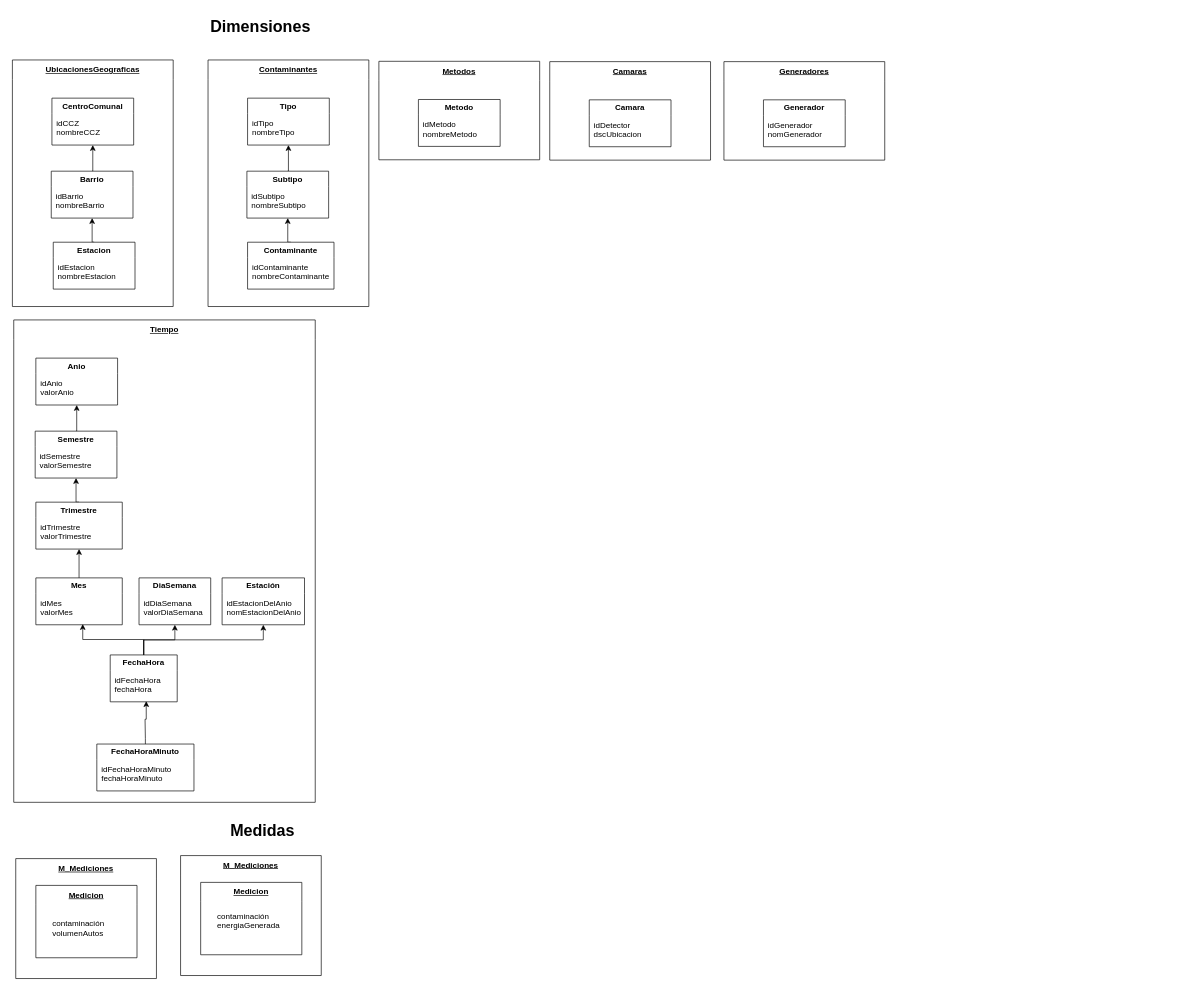
Earlier version of the draw.io diagram 2. Diseño conceptual/Dimensiones y Medidas.drawio (gonzalomelov/dw-calidad-aire-docs). Source tidied: cells renumbered, new cells numbered last; positions are measured from the earlier drawing's top-left corner, leaving out a move shared by most shapes. Both pictures are drawn from the tidied source at 67%, with x=0, y=0 at pixel (12, 11).
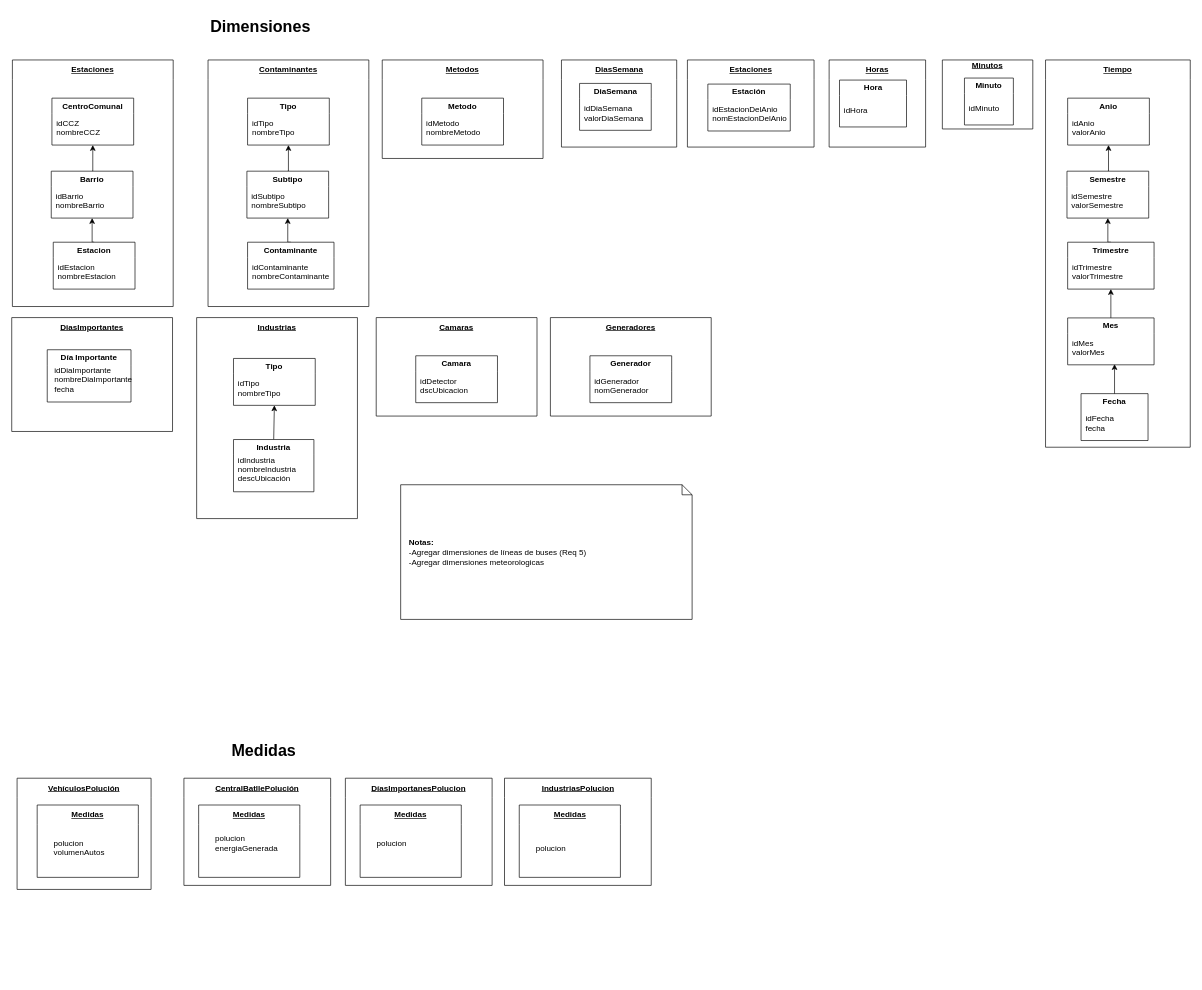
After the change.

Unchanged cells that the change refers to:
```xml
<mxCell id="42" value="idMes&#10;valorMes" style="text;align=left;verticalAlign=middle;" parent="41" vertex="1">
  <mxGeometry x="5" y="19" width="130" height="50" as="geometry" />
</mxCell>
```

The edit, as a diff of the source:
```diff
@@
+    <mxCell id="61" value="Estaciones" style="swimlane;swimlaneLine=0;whiteSpace=wrap;startSize=29;fontStyle=5;align=center;" parent="1" vertex="1">
+      <mxGeometry x="1007.5" y="72" width="189" height="130" as="geometry" />
+    </mxCell>
-    <mxCell id="2" value="UbicacionesGeograficas" style="swimlane;swimlaneLine=0;whiteSpace=wrap;startSize=29;fontStyle=5;align=center;" parent="1" vertex="1">
+    <mxCell id="2" value="Estaciones" style="swimlane;swimlaneLine=0;whiteSpace=wrap;startSize=29;fontStyle=5;align=center;" parent="1" vertex="1">
       <mxGeometry y="72" width="240" height="368" as="geometry" />
     </mxCell>
@@
     <mxCell id="12" value="Medidas" style="text;align=center;verticalAlign=middle;fontFamily=Helvetica;fontSize=24;fontStyle=1;" parent="1" vertex="1">
-      <mxGeometry x="296" y="1200" width="155" height="40" as="geometry" />
+      <mxGeometry x="298" y="1080" width="155" height="40" as="geometry" />
     </mxCell>
-    <mxCell id="13" value="M_Mediciones" style="swimlane;swimlaneLine=0;whiteSpace=wrap;startSize=29;fontStyle=5;" parent="1" vertex="1">
-      <mxGeometry x="5" y="1264" width="210" height="179" as="geometry" />
+    <mxCell id="13" value="VehículosPolución" style="swimlane;swimlaneLine=0;whiteSpace=wrap;startSize=29;fontStyle=5;" parent="1" vertex="1">
+      <mxGeometry x="7" y="1144" width="200" height="166" as="geometry" />
     </mxCell>
-    <mxCell id="14" value="Medicion" style="swimlane;swimlaneLine=0;whiteSpace=wrap;startSize=29;fontStyle=5;" parent="13" vertex="1">
+    <mxCell id="14" value="Medidas" style="swimlane;swimlaneLine=0;whiteSpace=wrap;startSize=29;fontStyle=5;" parent="13" vertex="1">
       <mxGeometry x="30" y="40" width="151" height="108" as="geometry" />
     </mxCell>
-    <mxCell id="15" value="contaminación&#10;volumenAutos" style="text;align=left;verticalAlign=middle;" parent="14" vertex="1">
+    <mxCell id="15" value="polucion&#10;volumenAutos" style="text;align=left;verticalAlign=middle;" parent="14" vertex="1">
       <mxGeometry x="23" y="27.4" width="155" height="72.6" as="geometry" />
     </mxCell>
@@
     <mxCell id="25" value="Camaras" style="swimlane;swimlaneLine=0;whiteSpace=wrap;startSize=29;fontStyle=5;align=center;" parent="1" vertex="1">
-      <mxGeometry x="802" y="74.5" width="240" height="147" as="geometry" />
+      <mxGeometry x="543" y="456.5" width="240" height="147" as="geometry" />
     </mxCell>
@@
-    <mxCell id="28" value="Metodos" style="swimlane;swimlaneLine=0;whiteSpace=wrap;startSize=29;fontStyle=5;align=center;" parent="1" vertex="1">
-      <mxGeometry x="547" y="74" width="240" height="147" as="geometry" />
-    </mxCell>
-    <mxCell id="29" value="Metodo" style="swimlane;swimlaneLine=0;whiteSpace=wrap;" parent="28" vertex="1">
-      <mxGeometry x="59" y="57" width="122" height="70" as="geometry" />
-    </mxCell>
-    <mxCell id="30" value="idMetodo&#10;nombreMetodo" style="text;align=left;verticalAlign=middle;" parent="29" vertex="1">
-      <mxGeometry x="5" y="19" width="130" height="50" as="geometry" />
-    </mxCell>
     <mxCell id="31" value="Tiempo" style="swimlane;swimlaneLine=0;whiteSpace=wrap;startSize=29;fontStyle=5;align=center;" parent="1" vertex="1">
-      <mxGeometry x="2" y="460" width="450" height="720" as="geometry" />
+      <mxGeometry x="1542" y="72" width="216" height="578" as="geometry" />
     </mxCell>
@@
-    <mxCell id="43" value="DiaSemana" style="swimlane;swimlaneLine=0;whiteSpace=wrap;" parent="31" vertex="1">
-      <mxGeometry x="187" y="385" width="107" height="70" as="geometry" />
-    </mxCell>
-    <mxCell id="44" value="idDiaSemana&#10;valorDiaSemana" style="text;align=left;verticalAlign=middle;" parent="43" vertex="1">
-      <mxGeometry x="5" y="19" width="130" height="50" as="geometry" />
-    </mxCell>
-    <mxCell id="45" value="FechaHoraMinuto" style="swimlane;swimlaneLine=0;whiteSpace=wrap;" parent="31" vertex="1">
-      <mxGeometry x="124" y="633" width="145" height="70" as="geometry" />
-    </mxCell>
-    <mxCell id="46" value="idFechaHoraMinuto&#10;fechaHoraMinuto" style="text;align=left;verticalAlign=middle;" parent="45" vertex="1">
-      <mxGeometry x="5" y="19" width="65" height="50" as="geometry" />
-    </mxCell>
-    <mxCell id="47" value="Estación" style="swimlane;swimlaneLine=0;whiteSpace=wrap;" parent="31" vertex="1">
-      <mxGeometry x="311" y="385" width="123" height="70" as="geometry" />
-    </mxCell>
-    <mxCell id="48" value="idEstacionDelAnio&#10;nomEstacionDelAnio" style="text;align=left;verticalAlign=middle;" parent="47" vertex="1">
-      <mxGeometry x="5" y="19" width="130" height="50" as="geometry" />
-    </mxCell>
-    <mxCell id="49" style="edgeStyle=orthogonalEdgeStyle;rounded=0;html=1;exitX=0.5;exitY=0;entryX=0.5;entryY=1;jettySize=auto;" parent="1" edge="1" source="51" target="42">
-      <mxGeometry relative="1" as="geometry" />
-    </mxCell>
-    <mxCell id="50" style="edgeStyle=orthogonalEdgeStyle;rounded=0;html=1;exitX=0.5;exitY=0;entryX=0.5;entryY=1;jettySize=auto;" parent="1" edge="1" source="51" target="43">
-      <mxGeometry relative="1" as="geometry" />
-    </mxCell>
-    <mxCell id="51" value="FechaHora" style="swimlane;swimlaneLine=0;whiteSpace=wrap;" parent="1" vertex="1">
-      <mxGeometry x="146" y="960" width="100" height="70" as="geometry" />
+    <mxCell id="51" value="Fecha" style="swimlane;swimlaneLine=0;whiteSpace=wrap;" parent="31" vertex="1">
+      <mxGeometry x="53" y="498" width="100" height="70" as="geometry" />
     </mxCell>
-    <mxCell id="52" value="idFechaHora&#10;fechaHora" style="text;align=left;verticalAlign=middle;" parent="51" vertex="1">
+    <mxCell id="52" value="idFecha&#10;fecha" style="text;align=left;verticalAlign=middle;" parent="51" vertex="1">
       <mxGeometry x="5" y="19" width="65" height="50" as="geometry" />
     </mxCell>
-    <mxCell id="53" style="edgeStyle=orthogonalEdgeStyle;rounded=0;html=1;exitX=0.5;exitY=0;entryX=0.75;entryY=1;jettySize=auto;" parent="1" edge="1" source="45" target="52">
-      <mxGeometry relative="1" as="geometry">
-        <Array as="points">
-          <mxPoint x="198" y="1085" />
-          <mxPoint x="198" y="1056" />
-          <mxPoint x="199" y="1056" />
-        </Array>
-      </mxGeometry>
-    </mxCell>
+    <mxCell id="49" style="edgeStyle=orthogonalEdgeStyle;rounded=0;html=1;exitX=0.5;exitY=0;entryX=0.5;entryY=1;jettySize=auto;" parent="31" edge="1" source="51" target="42">
+      <mxGeometry relative="1" as="geometry" />
+    </mxCell>
-    <mxCell id="54" value="M_Mediciones" style="swimlane;swimlaneLine=0;whiteSpace=wrap;startSize=29;fontStyle=5;" parent="1" vertex="1">
-      <mxGeometry x="251" y="1259.5" width="210" height="179" as="geometry" />
+    <mxCell id="54" value="CentralBatllePolución" style="swimlane;swimlaneLine=0;whiteSpace=wrap;startSize=29;fontStyle=5;" parent="1" vertex="1">
+      <mxGeometry x="256" y="1144" width="219" height="160" as="geometry" />
     </mxCell>
-    <mxCell id="55" value="Medicion" style="swimlane;swimlaneLine=0;whiteSpace=wrap;startSize=29;fontStyle=5;" parent="54" vertex="1">
-      <mxGeometry x="30" y="40" width="151" height="108" as="geometry" />
+    <mxCell id="55" value="Medidas" style="swimlane;swimlaneLine=0;whiteSpace=wrap;startSize=29;fontStyle=5;" parent="54" vertex="1">
+      <mxGeometry x="22" y="40" width="151" height="108" as="geometry" />
     </mxCell>
-    <mxCell id="56" value="contaminación&#10;energiaGenerada&#10;" style="text;align=left;verticalAlign=middle;" parent="55" vertex="1">
+    <mxCell id="56" value="polucion&#10;energiaGenerada&#10;" style="text;align=left;verticalAlign=middle;" parent="55" vertex="1">
       <mxGeometry x="23" y="27.4" width="155" height="72.6" as="geometry" />
     </mxCell>
     <mxCell id="57" value="Generadores" style="swimlane;swimlaneLine=0;whiteSpace=wrap;startSize=29;fontStyle=5;align=center;" parent="1" vertex="1">
-      <mxGeometry x="1062" y="74.5" width="240" height="147" as="geometry" />
+      <mxGeometry x="803" y="456.5" width="240" height="147" as="geometry" />
     </mxCell>
@@
-    <mxCell id="60" style="edgeStyle=orthogonalEdgeStyle;rounded=0;html=1;exitX=0.5;exitY=0;entryX=0.5;entryY=1;jettySize=auto;" parent="1" edge="1" source="51" target="47">
-      <mxGeometry relative="1" as="geometry" />
-    </mxCell>
+    <mxCell id="28" value="Metodos" style="swimlane;swimlaneLine=0;whiteSpace=wrap;startSize=29;fontStyle=5;align=center;" parent="1" vertex="1">
+      <mxGeometry x="552" y="72" width="240" height="147" as="geometry" />
+    </mxCell>
+    <mxCell id="29" value="Metodo" style="swimlane;swimlaneLine=0;whiteSpace=wrap;" parent="28" vertex="1">
+      <mxGeometry x="59" y="57" width="122" height="70" as="geometry" />
+    </mxCell>
+    <mxCell id="30" value="idMetodo&#10;nombreMetodo" style="text;align=left;verticalAlign=middle;" parent="29" vertex="1">
+      <mxGeometry x="5" y="19" width="130" height="50" as="geometry" />
+    </mxCell>
+    <mxCell id="62" value="DiasImportantes" style="swimlane;swimlaneLine=0;whiteSpace=wrap;startSize=29;fontStyle=5;align=center;" parent="1" vertex="1">
+      <mxGeometry x="-1" y="456.5" width="240" height="170" as="geometry" />
+    </mxCell>
+    <mxCell id="63" value="Día Importante" style="swimlane;swimlaneLine=0;whiteSpace=wrap;startSize=23;" parent="62" vertex="1">
+      <mxGeometry x="53" y="48" width="125" height="78" as="geometry" />
+    </mxCell>
+    <mxCell id="64" value="idDiaImportante&#10;nombreDiaImportante&#10;fecha&#10;&#10;" style="text;align=left;verticalAlign=middle;" parent="63" vertex="1">
+      <mxGeometry x="9" y="33" width="130" height="50" as="geometry" />
+    </mxCell>
+    <mxCell id="65" value="Industrias" style="swimlane;swimlaneLine=0;whiteSpace=wrap;startSize=29;fontStyle=5;align=center;" parent="1" vertex="1">
+      <mxGeometry x="275" y="456.5" width="240" height="300" as="geometry" />
+    </mxCell>
+    <mxCell id="66" value="Tipo" style="swimlane;swimlaneLine=0;whiteSpace=wrap;" parent="65" vertex="1">
+      <mxGeometry x="55" y="61" width="122" height="70" as="geometry" />
+    </mxCell>
+    <mxCell id="67" value="idTipo&#10;nombreTipo" style="text;align=left;verticalAlign=middle;" parent="66" vertex="1">
+      <mxGeometry x="5" y="19" width="130" height="50" as="geometry" />
+    </mxCell>
+    <mxCell id="68" style="endArrow=classic;html=1;exitX=0.5;exitY=0;entryX=0.5;entryY=1;" parent="65" edge="1" source="69" target="66">
+      <mxGeometry relative="1" as="geometry" />
+    </mxCell>
+    <mxCell id="69" value="Industria" style="swimlane;swimlaneLine=0;whiteSpace=wrap;startSize=23;" parent="65" vertex="1">
+      <mxGeometry x="55" y="182" width="120" height="78" as="geometry" />
+    </mxCell>
+    <mxCell id="70" value="idIndustria&#10;nombreIndustria&#10;descUbicación&#10;&#10;" style="text;align=left;verticalAlign=middle;" parent="69" vertex="1">
+      <mxGeometry x="5" y="33" width="130" height="50" as="geometry" />
+    </mxCell>
+    <mxCell id="71" value="&lt;div&gt;&lt;b&gt;Notas:&amp;nbsp;&lt;/b&gt;&lt;/div&gt;-Agregar dimensiones de líneas de buses (Req 5)&lt;br&gt;-Agregar dimensiones meteorologicas&lt;br&gt;" style="shape=note;size=15;align=left;spacingLeft=10;html=1;whiteSpace=wrap;" parent="1" vertex="1">
+      <mxGeometry x="579.5" y="706" width="435" height="201" as="geometry" />
+    </mxCell>
+    <mxCell id="72" value="DíasImportanesPolucion" style="swimlane;swimlaneLine=0;whiteSpace=wrap;startSize=29;fontStyle=5;" parent="1" vertex="1">
+      <mxGeometry x="497" y="1144" width="219" height="160" as="geometry" />
+    </mxCell>
+    <mxCell id="73" value="Medidas" style="swimlane;swimlaneLine=0;whiteSpace=wrap;startSize=29;fontStyle=5;" parent="72" vertex="1">
+      <mxGeometry x="22" y="40" width="151" height="108" as="geometry" />
+    </mxCell>
+    <mxCell id="74" value="polucion&#10;" style="text;align=left;verticalAlign=middle;" parent="73" vertex="1">
+      <mxGeometry x="23" y="27.4" width="155" height="72.6" as="geometry" />
+    </mxCell>
+    <mxCell id="75" value="IndustriasPolucion" style="swimlane;swimlaneLine=0;whiteSpace=wrap;startSize=29;fontStyle=5;" parent="1" vertex="1">
+      <mxGeometry x="734.5" y="1144" width="219" height="160" as="geometry" />
+    </mxCell>
+    <mxCell id="76" value="Medidas" style="swimlane;swimlaneLine=0;whiteSpace=wrap;startSize=29;fontStyle=5;" parent="75" vertex="1">
+      <mxGeometry x="22" y="40" width="151" height="108" as="geometry" />
+    </mxCell>
+    <mxCell id="77" value="polucion" style="text;align=left;verticalAlign=middle;" parent="76" vertex="1">
+      <mxGeometry x="23" y="27.4" width="155" height="72.6" as="geometry" />
+    </mxCell>
+    <mxCell id="47" value="Estación" style="swimlane;swimlaneLine=0;whiteSpace=wrap;" parent="1" vertex="1">
+      <mxGeometry x="1038" y="108" width="123" height="70" as="geometry" />
+    </mxCell>
+    <mxCell id="48" value="idEstacionDelAnio&#10;nomEstacionDelAnio" style="text;align=left;verticalAlign=middle;" parent="47" vertex="1">
+      <mxGeometry x="5" y="19" width="130" height="50" as="geometry" />
+    </mxCell>
+    <mxCell id="78" value="DiasSemana" style="swimlane;swimlaneLine=0;whiteSpace=wrap;startSize=29;fontStyle=5;align=center;" parent="1" vertex="1">
+      <mxGeometry x="819.5" y="72" width="172" height="130" as="geometry" />
+    </mxCell>
+    <mxCell id="43" value="DiaSemana" style="swimlane;swimlaneLine=0;whiteSpace=wrap;" parent="78" vertex="1">
+      <mxGeometry x="27" y="35" width="107" height="70" as="geometry" />
+    </mxCell>
+    <mxCell id="44" value="idDiaSemana&#10;valorDiaSemana" style="text;align=left;verticalAlign=middle;" parent="43" vertex="1">
+      <mxGeometry x="5" y="19" width="95" height="50" as="geometry" />
+    </mxCell>
+    <mxCell id="79" value="Horas" style="swimlane;swimlaneLine=0;whiteSpace=wrap;startSize=29;fontStyle=5;align=center;" parent="1" vertex="1">
+      <mxGeometry x="1219" y="72" width="144" height="130" as="geometry" />
+    </mxCell>
+    <mxCell id="80" value="Hora" style="swimlane;swimlaneLine=0;whiteSpace=wrap;" parent="79" vertex="1">
+      <mxGeometry x="15.5" y="30" width="100" height="70" as="geometry" />
+    </mxCell>
+    <mxCell id="81" value="idHora" style="text;align=left;verticalAlign=middle;" parent="80" vertex="1">
+      <mxGeometry x="5" y="19" width="65" height="50" as="geometry" />
+    </mxCell>
+    <mxCell id="82" value="Minutos" style="swimlane;swimlaneLine=0;whiteSpace=wrap;startSize=15;fontStyle=5;align=center;" parent="1" vertex="1">
+      <mxGeometry x="1388" y="72" width="135" height="103" as="geometry" />
+    </mxCell>
+    <mxCell id="83" value="Minuto" style="swimlane;swimlaneLine=0;whiteSpace=wrap;" parent="82" vertex="1">
+      <mxGeometry x="33" y="27" width="73" height="70" as="geometry" />
+    </mxCell>
+    <mxCell id="84" value="idMinuto" style="text;align=left;verticalAlign=middle;" parent="83" vertex="1">
+      <mxGeometry x="5" y="20" width="65" height="50" as="geometry" />
+    </mxCell>
```
